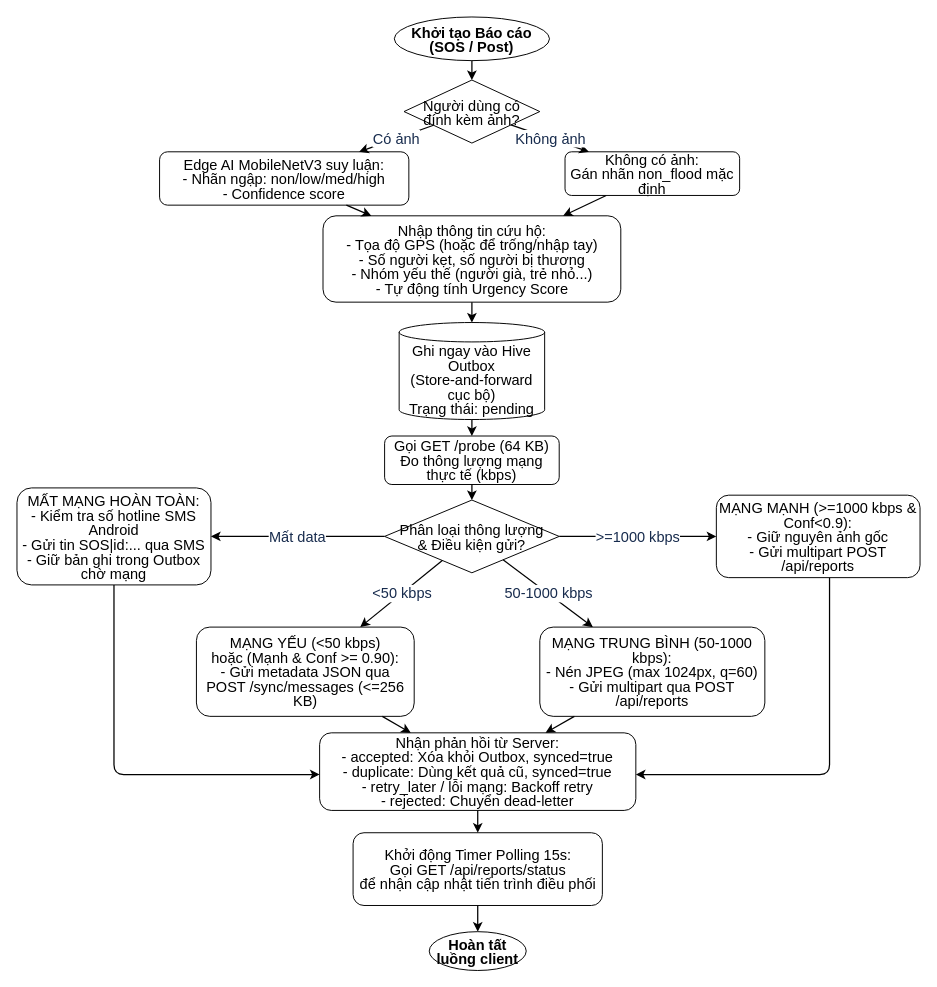
ngthtrong/nckh2 keeps this draw.io diagram as report/assets/diagrams/flowchart_adaptive_mobile.drawio. Above is the earlier version. Source tidied: cells renumbered, new cells numbered last; positions are measured from the earlier drawing's top-left corner, leaving out a move shared by most shapes. Both pictures are drawn from the tidied source at 97%, with x=0, y=0 at pixel (16, 16).
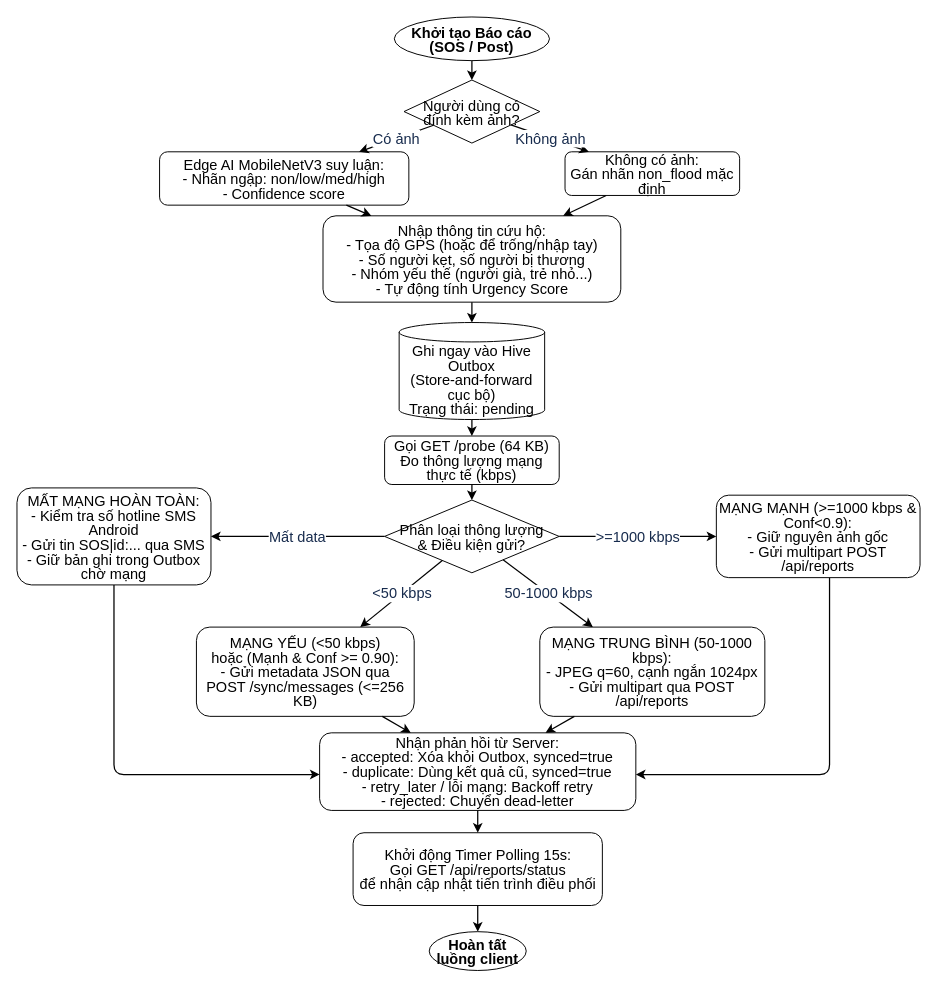
After the change.

Diff of the diagram source:
```diff
@@
-    <mxCell id="12" value="&lt;div style=&quot;line-height:1;&quot;&gt;MẠNG TRUNG BÌNH (50-1000 kbps):&#10;- Nén JPEG (max 1024px, q=60)&#10;- Gửi multipart qua POST /api/reports&lt;/div&gt;" style="rounded=1;whiteSpace=wrap;html=1;fontSize=15;fontFamily=Helvetica;" parent="1" vertex="1">
+    <mxCell id="12" value="&lt;div style=&quot;line-height:1;&quot;&gt;MẠNG TRUNG BÌNH (50-1000 kbps):&#10;- JPEG q=60, cạnh ngắn 1024px&#10;- Gửi multipart qua POST /api/reports&lt;/div&gt;" style="rounded=1;whiteSpace=wrap;html=1;fontSize=15;fontFamily=Helvetica;" parent="1" vertex="1">
       <mxGeometry x="539" y="629" width="232" height="92" as="geometry" />
     </mxCell>
```
